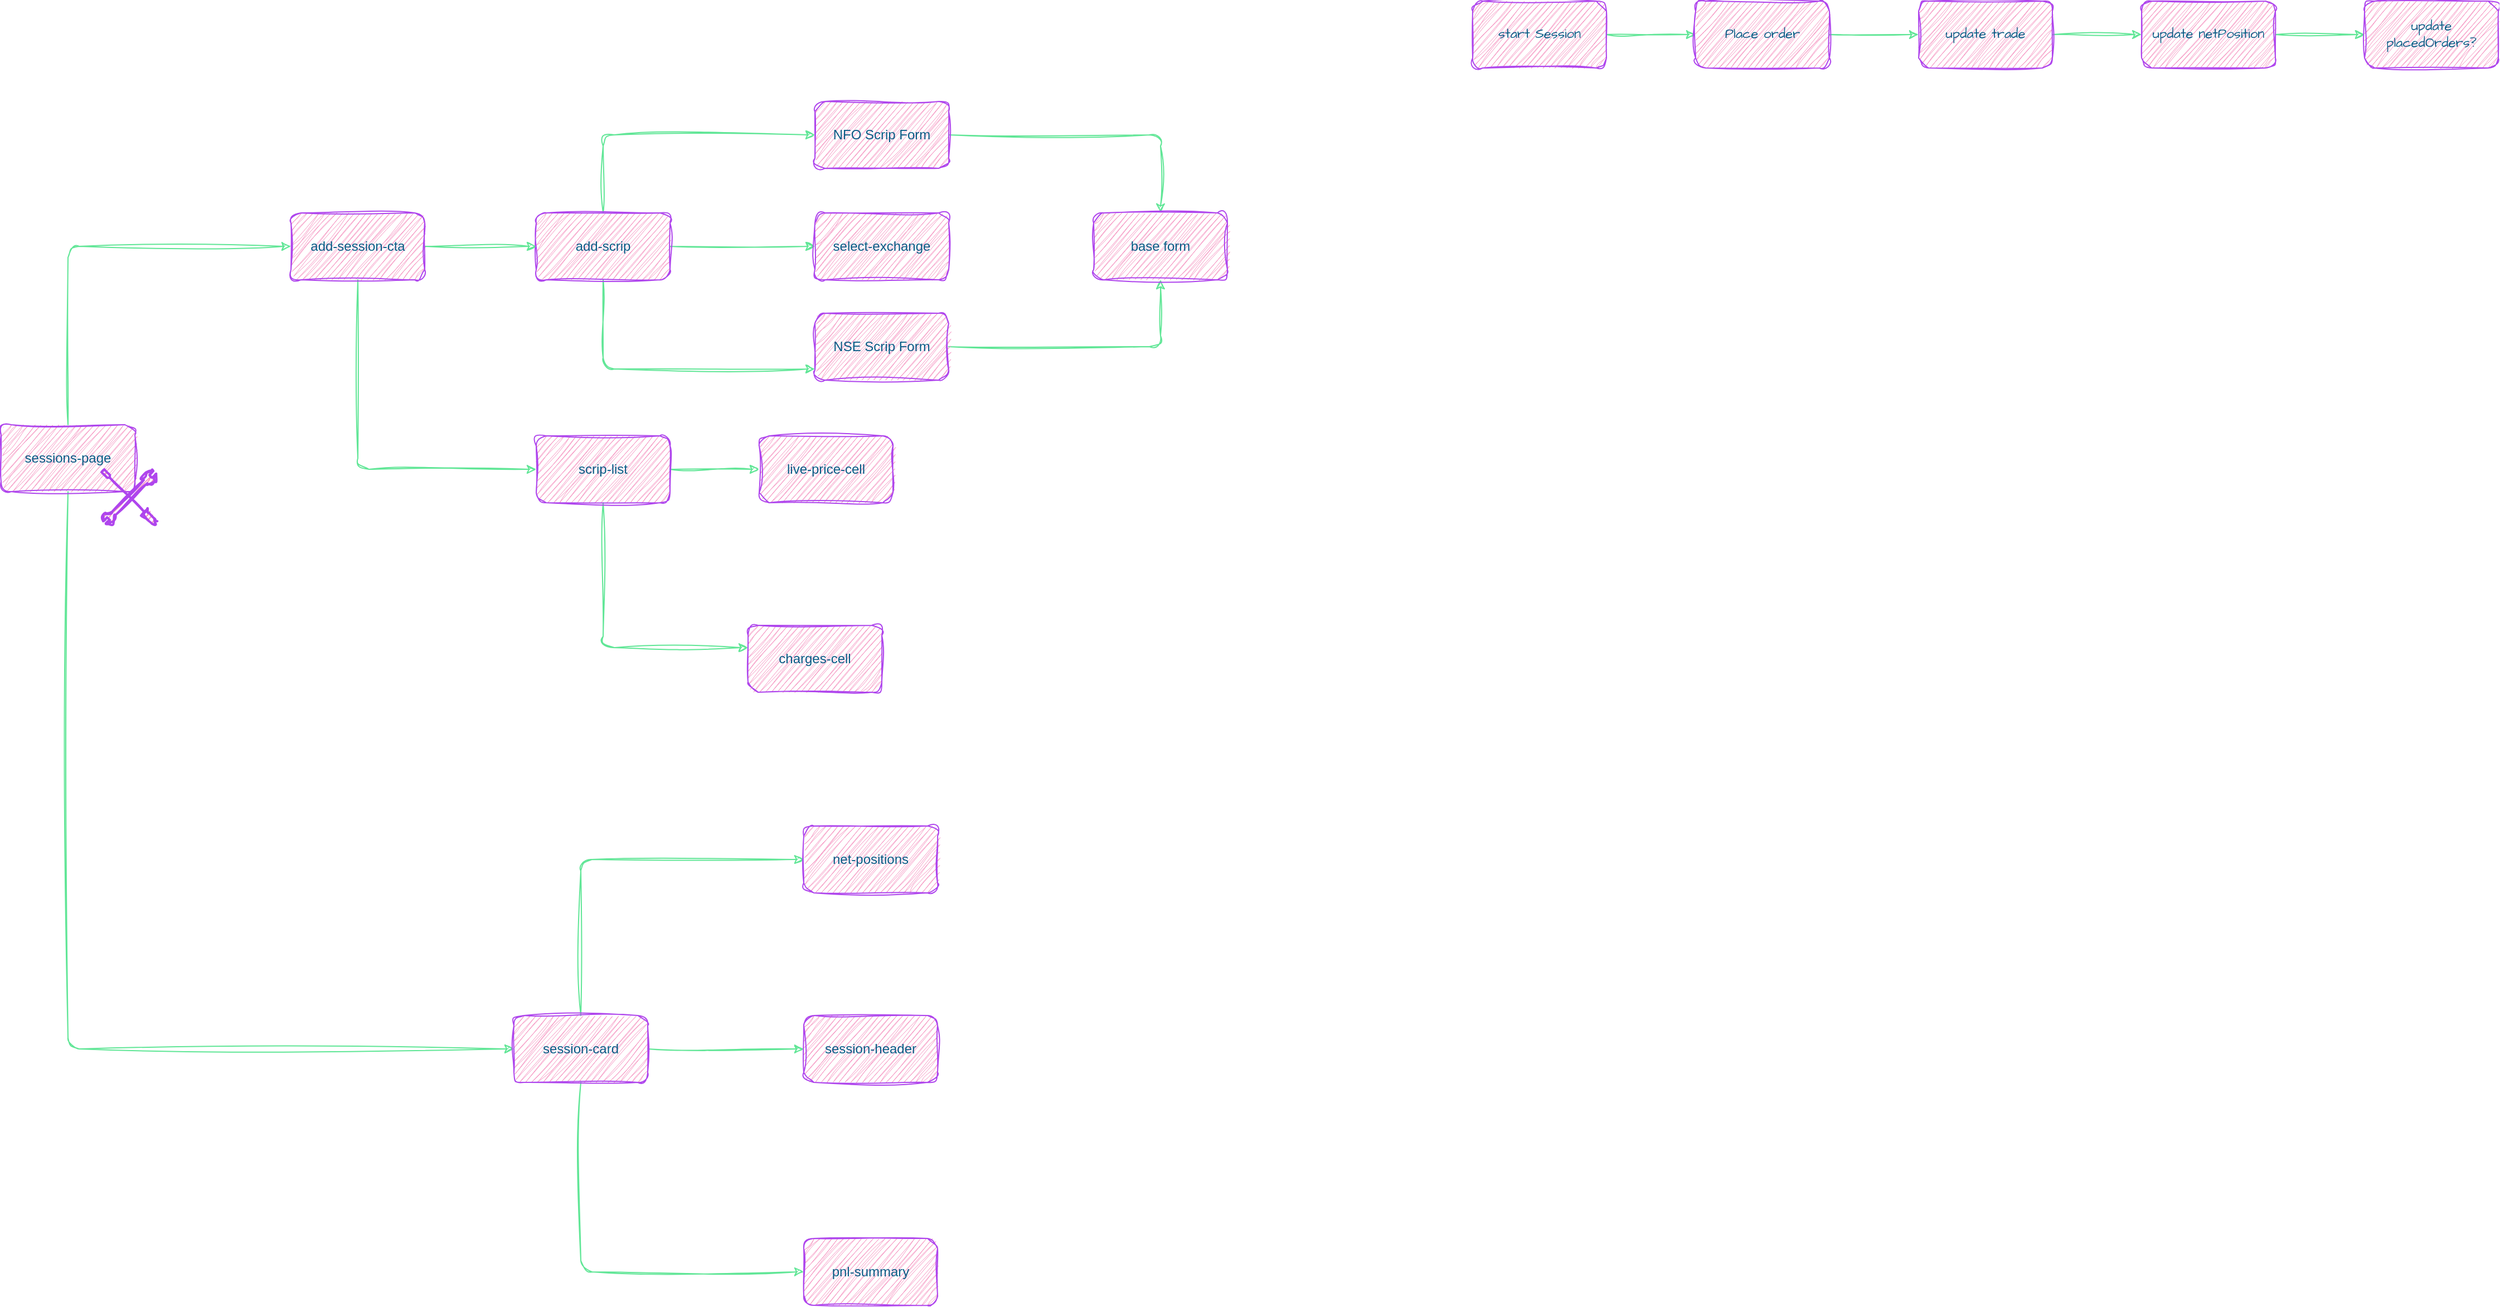
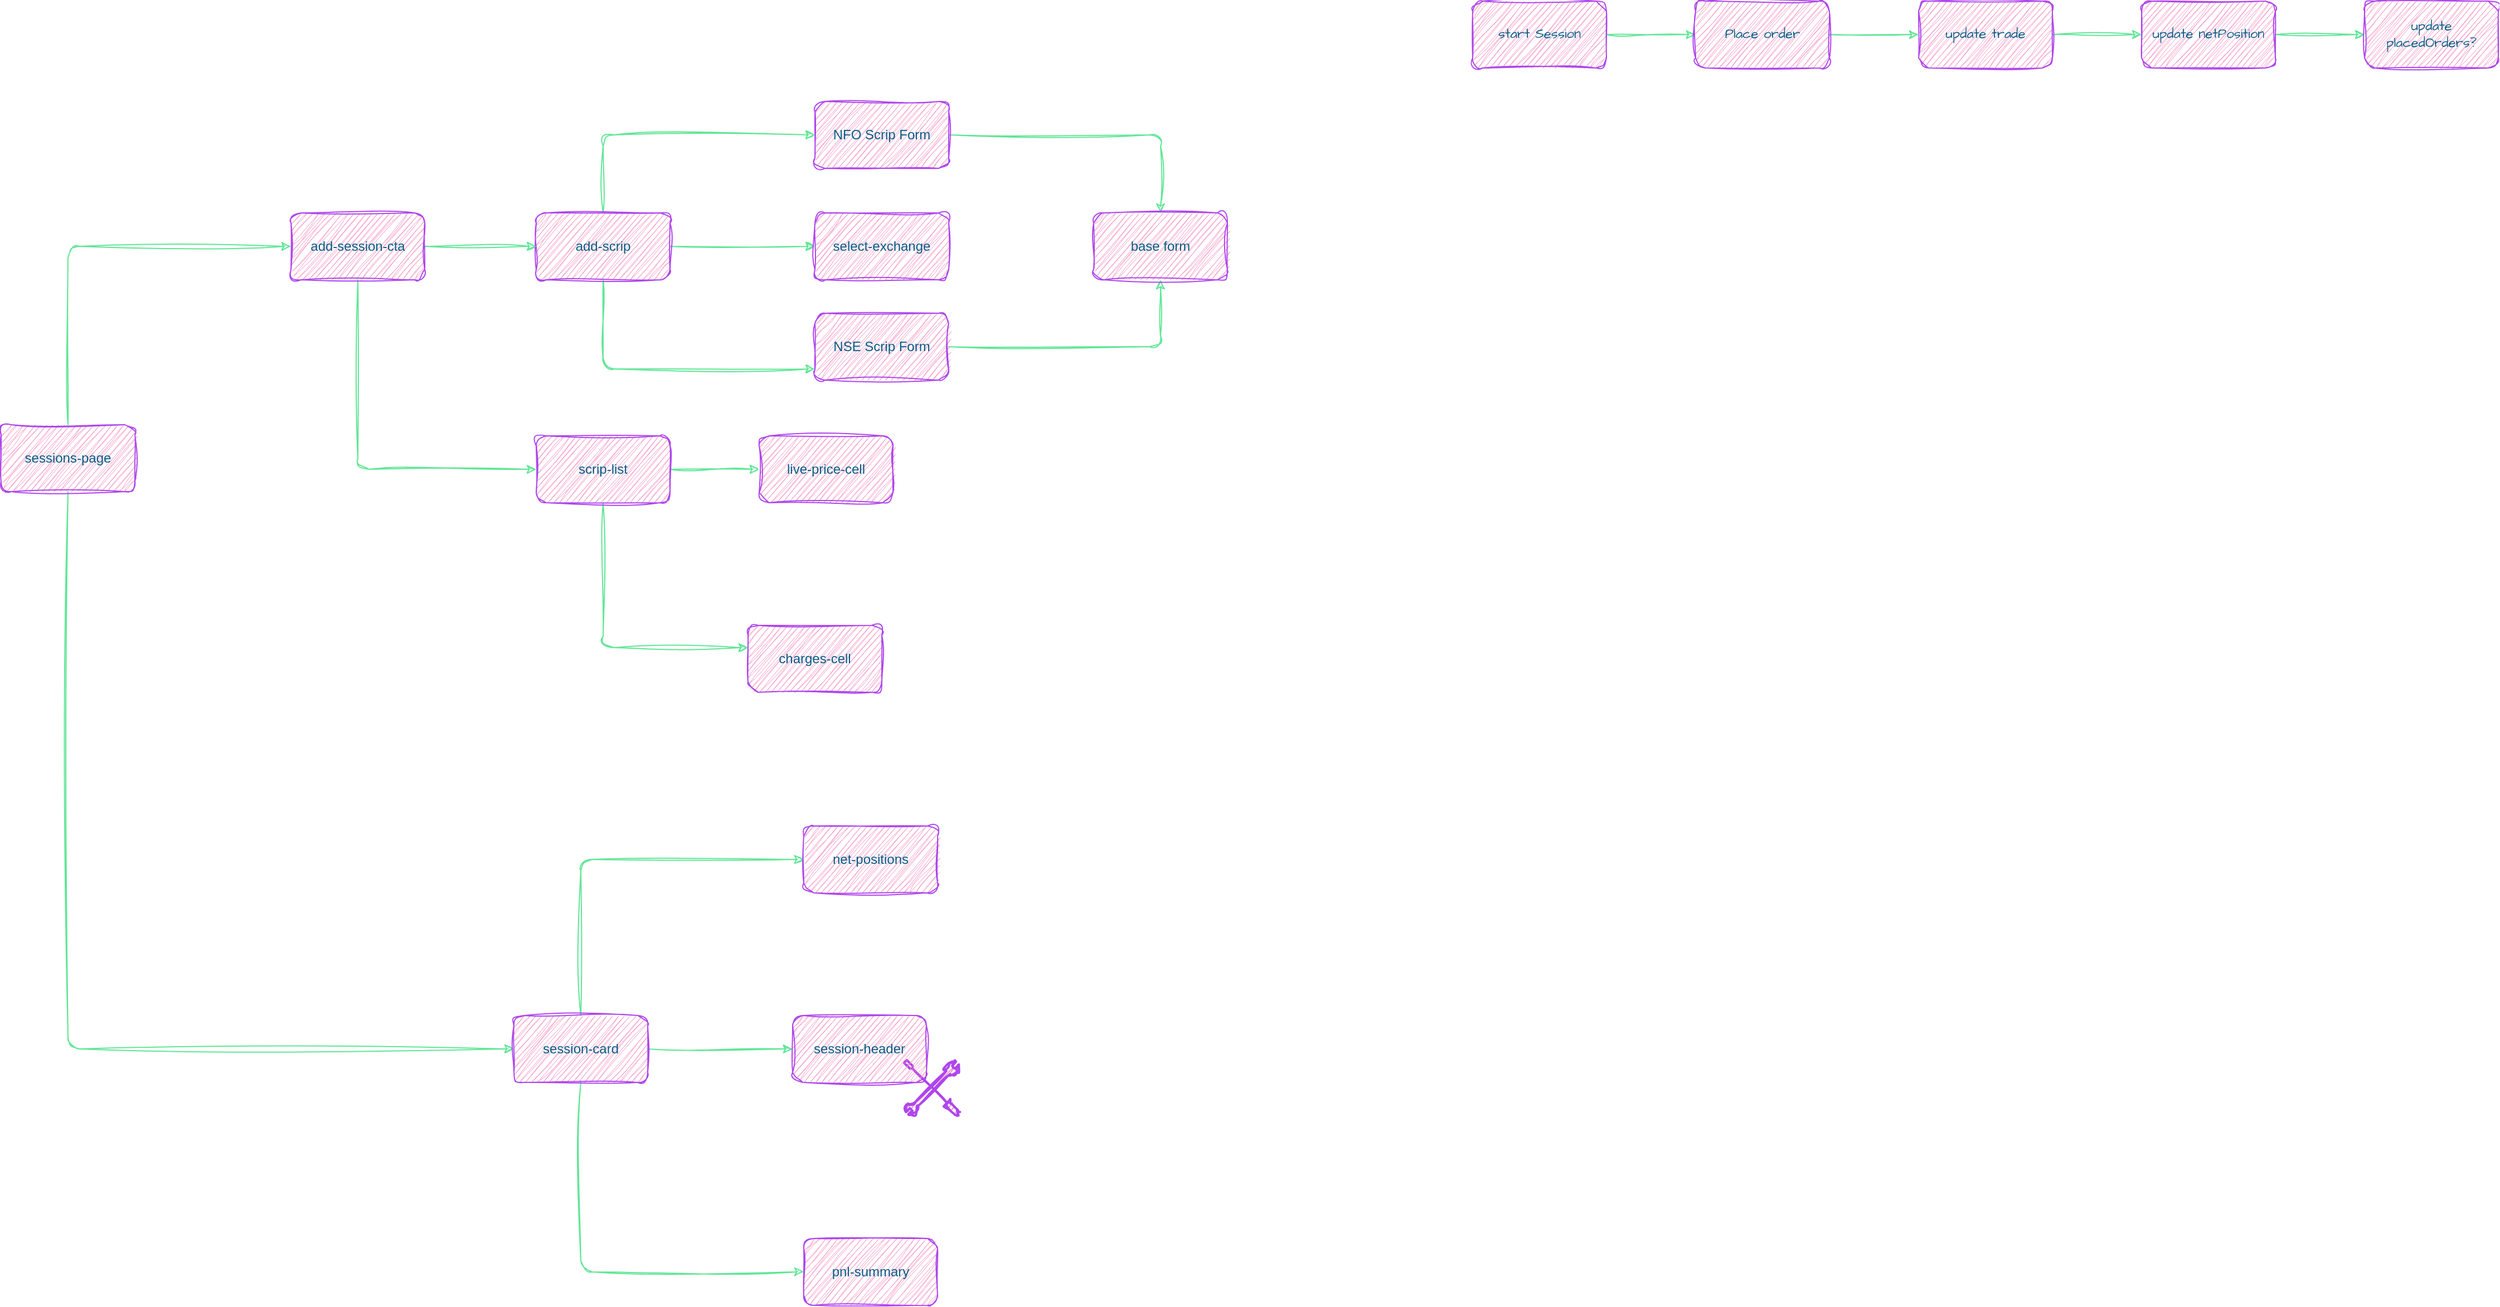
<mxfile host="app.diagrams.net" pages="5">
  <diagram id="wPQbEJP3DVO_ncDqMHqx" name="Sessions Page">
-     <mxGraphModel dx="1985" dy="1026" grid="1" gridSize="10" guides="1" tooltips="1" connect="1" arrows="1" fold="1" page="0" pageScale="1" pageWidth="402" pageHeight="874" math="0" shadow="0">
+     <mxGraphModel dx="1887" dy="969" grid="1" gridSize="10" guides="1" tooltips="1" connect="1" arrows="1" fold="1" page="0" pageScale="1" pageWidth="402" pageHeight="874" math="0" shadow="0">
      <root>
        <mxCell id="0" />
        <mxCell id="1" parent="0" />
        <mxCell id="DB1AKVm6qyutKQlFYAWD-6" edge="1" parent="1" source="DB1AKVm6qyutKQlFYAWD-1" style="edgeStyle=orthogonalEdgeStyle;rounded=1;orthogonalLoop=1;jettySize=auto;html=1;sketch=1;curveFitting=1;jiggle=2;labelBackgroundColor=none;strokeColor=#60E696;fontColor=default;" target="DB1AKVm6qyutKQlFYAWD-5" value="">
          <mxGeometry relative="1" as="geometry" />
        </mxCell>
        <mxCell id="DB1AKVm6qyutKQlFYAWD-8" edge="1" parent="1" source="DB1AKVm6qyutKQlFYAWD-1" style="edgeStyle=orthogonalEdgeStyle;rounded=1;orthogonalLoop=1;jettySize=auto;html=1;sketch=1;curveFitting=1;jiggle=2;labelBackgroundColor=none;strokeColor=#60E696;fontColor=default;" target="DB1AKVm6qyutKQlFYAWD-7" value="">
          <mxGeometry relative="1" as="geometry">
            <Array as="points">
              <mxPoint x="120" y="270" />
            </Array>
          </mxGeometry>
        </mxCell>
        <mxCell id="DB1AKVm6qyutKQlFYAWD-10" edge="1" parent="1" source="DB1AKVm6qyutKQlFYAWD-1" style="edgeStyle=orthogonalEdgeStyle;rounded=1;orthogonalLoop=1;jettySize=auto;html=1;sketch=1;curveFitting=1;jiggle=2;labelBackgroundColor=none;strokeColor=#60E696;fontColor=default;" target="DB1AKVm6qyutKQlFYAWD-9" value="">
          <mxGeometry relative="1" as="geometry">
            <Array as="points">
              <mxPoint x="120" y="60" />
            </Array>
          </mxGeometry>
        </mxCell>
        <mxCell id="DB1AKVm6qyutKQlFYAWD-1" parent="1" style="rounded=1;whiteSpace=wrap;html=1;sketch=1;curveFitting=1;jiggle=2;labelBackgroundColor=none;fillColor=#F694C1;strokeColor=#AF45ED;fontColor=#095C86;" value="add-scrip" vertex="1">
          <mxGeometry height="60" width="120" x="60" y="130" as="geometry" />
        </mxCell>
        <mxCell id="DB1AKVm6qyutKQlFYAWD-4" edge="1" parent="1" source="DB1AKVm6qyutKQlFYAWD-3" style="edgeStyle=orthogonalEdgeStyle;rounded=1;orthogonalLoop=1;jettySize=auto;html=1;sketch=1;curveFitting=1;jiggle=2;labelBackgroundColor=none;strokeColor=#60E696;fontColor=default;" target="DB1AKVm6qyutKQlFYAWD-1" value="">
          <mxGeometry relative="1" as="geometry" />
        </mxCell>
        <mxCell id="DB1AKVm6qyutKQlFYAWD-12" edge="1" parent="1" source="DB1AKVm6qyutKQlFYAWD-3" style="edgeStyle=orthogonalEdgeStyle;rounded=1;orthogonalLoop=1;jettySize=auto;html=1;sketch=1;curveFitting=1;jiggle=2;labelBackgroundColor=none;strokeColor=#60E696;fontColor=default;" target="DB1AKVm6qyutKQlFYAWD-11" value="">
          <mxGeometry relative="1" as="geometry">
            <Array as="points">
              <mxPoint x="-100" y="360" />
            </Array>
          </mxGeometry>
        </mxCell>
        <mxCell id="DB1AKVm6qyutKQlFYAWD-3" parent="1" style="rounded=1;whiteSpace=wrap;html=1;sketch=1;curveFitting=1;jiggle=2;labelBackgroundColor=none;fillColor=#F694C1;strokeColor=#AF45ED;fontColor=#095C86;" value="add-session-cta" vertex="1">
          <mxGeometry height="60" width="120" x="-160" y="130" as="geometry" />
        </mxCell>
        <mxCell id="DB1AKVm6qyutKQlFYAWD-5" parent="1" style="whiteSpace=wrap;html=1;rounded=1;sketch=1;curveFitting=1;jiggle=2;labelBackgroundColor=none;fillColor=#F694C1;strokeColor=#AF45ED;fontColor=#095C86;" value="select-exchange" vertex="1">
          <mxGeometry height="60" width="120" x="310" y="130" as="geometry" />
        </mxCell>
        <mxCell id="ouMAoqMrmdJ_XqpmxOQB-3" edge="1" parent="1" source="DB1AKVm6qyutKQlFYAWD-7" style="edgeStyle=orthogonalEdgeStyle;rounded=1;sketch=1;hachureGap=4;jiggle=2;curveFitting=1;orthogonalLoop=1;jettySize=auto;html=1;fontFamily=Architects Daughter;fontSource=https%3A%2F%2Ffonts.googleapis.com%2Fcss%3Ffamily%3DArchitects%2BDaughter;labelBackgroundColor=none;strokeColor=#60E696;fontColor=default;" target="ouMAoqMrmdJ_XqpmxOQB-1">
          <mxGeometry relative="1" as="geometry" />
        </mxCell>
        <mxCell id="DB1AKVm6qyutKQlFYAWD-7" parent="1" style="whiteSpace=wrap;html=1;rounded=1;sketch=1;curveFitting=1;jiggle=2;labelBackgroundColor=none;fillColor=#F694C1;strokeColor=#AF45ED;fontColor=#095C86;" value="NSE Scrip Form" vertex="1">
          <mxGeometry height="60" width="120" x="310" y="220" as="geometry" />
        </mxCell>
        <mxCell id="ouMAoqMrmdJ_XqpmxOQB-2" edge="1" parent="1" source="DB1AKVm6qyutKQlFYAWD-9" style="edgeStyle=orthogonalEdgeStyle;rounded=1;sketch=1;hachureGap=4;jiggle=2;curveFitting=1;orthogonalLoop=1;jettySize=auto;html=1;fontFamily=Architects Daughter;fontSource=https%3A%2F%2Ffonts.googleapis.com%2Fcss%3Ffamily%3DArchitects%2BDaughter;labelBackgroundColor=none;strokeColor=#60E696;fontColor=default;" target="ouMAoqMrmdJ_XqpmxOQB-1" value="">
          <mxGeometry relative="1" as="geometry" />
        </mxCell>
        <mxCell id="DB1AKVm6qyutKQlFYAWD-9" parent="1" style="whiteSpace=wrap;html=1;rounded=1;sketch=1;curveFitting=1;jiggle=2;labelBackgroundColor=none;fillColor=#F694C1;strokeColor=#AF45ED;fontColor=#095C86;" value="NFO Scrip Form" vertex="1">
          <mxGeometry height="60" width="120" x="310" y="30" as="geometry" />
        </mxCell>
        <mxCell id="ouMAoqMrmdJ_XqpmxOQB-15" edge="1" parent="1" source="DB1AKVm6qyutKQlFYAWD-11" style="edgeStyle=orthogonalEdgeStyle;rounded=1;sketch=1;hachureGap=4;jiggle=2;curveFitting=1;orthogonalLoop=1;jettySize=auto;html=1;fontFamily=Architects Daughter;fontSource=https%3A%2F%2Ffonts.googleapis.com%2Fcss%3Ffamily%3DArchitects%2BDaughter;labelBackgroundColor=none;strokeColor=#60E696;fontColor=default;" target="ouMAoqMrmdJ_XqpmxOQB-14" value="">
          <mxGeometry relative="1" as="geometry" />
        </mxCell>
        <mxCell id="ouMAoqMrmdJ_XqpmxOQB-17" edge="1" parent="1" source="DB1AKVm6qyutKQlFYAWD-11" style="edgeStyle=orthogonalEdgeStyle;rounded=1;sketch=1;hachureGap=4;jiggle=2;curveFitting=1;orthogonalLoop=1;jettySize=auto;html=1;fontFamily=Architects Daughter;fontSource=https%3A%2F%2Ffonts.googleapis.com%2Fcss%3Ffamily%3DArchitects%2BDaughter;labelBackgroundColor=none;strokeColor=#60E696;fontColor=default;" target="ouMAoqMrmdJ_XqpmxOQB-16" value="">
          <mxGeometry relative="1" as="geometry">
            <Array as="points">
              <mxPoint x="120" y="520" />
            </Array>
          </mxGeometry>
        </mxCell>
        <mxCell id="DB1AKVm6qyutKQlFYAWD-11" parent="1" style="whiteSpace=wrap;html=1;rounded=1;sketch=1;curveFitting=1;jiggle=2;labelBackgroundColor=none;fillColor=#F694C1;strokeColor=#AF45ED;fontColor=#095C86;" value="scrip-list" vertex="1">
          <mxGeometry height="60" width="120" x="60" y="330" as="geometry" />
        </mxCell>
        <mxCell id="DB1AKVm6qyutKQlFYAWD-15" edge="1" parent="1" source="DB1AKVm6qyutKQlFYAWD-14" style="edgeStyle=orthogonalEdgeStyle;rounded=1;sketch=1;hachureGap=4;jiggle=2;curveFitting=1;orthogonalLoop=1;jettySize=auto;html=1;entryX=0;entryY=0.5;entryDx=0;entryDy=0;strokeColor=#60E696;fontFamily=Architects Daughter;fontSource=https%3A%2F%2Ffonts.googleapis.com%2Fcss%3Ffamily%3DArchitects%2BDaughter;fontColor=default;fillColor=#F694C1;labelBackgroundColor=none;" target="DB1AKVm6qyutKQlFYAWD-3">
          <mxGeometry relative="1" as="geometry">
            <Array as="points">
              <mxPoint x="-360" y="160" />
            </Array>
          </mxGeometry>
        </mxCell>
        <mxCell id="ouMAoqMrmdJ_XqpmxOQB-28" edge="1" parent="1" source="DB1AKVm6qyutKQlFYAWD-14" style="edgeStyle=orthogonalEdgeStyle;rounded=1;sketch=1;hachureGap=4;jiggle=2;curveFitting=1;orthogonalLoop=1;jettySize=auto;html=1;entryX=0;entryY=0.5;entryDx=0;entryDy=0;fontFamily=Architects Daughter;fontSource=https%3A%2F%2Ffonts.googleapis.com%2Fcss%3Ffamily%3DArchitects%2BDaughter;labelBackgroundColor=none;strokeColor=#60E696;fontColor=default;" target="ouMAoqMrmdJ_XqpmxOQB-19">
          <mxGeometry relative="1" as="geometry">
            <Array as="points">
              <mxPoint x="-360" y="880" />
            </Array>
          </mxGeometry>
        </mxCell>
        <mxCell id="DB1AKVm6qyutKQlFYAWD-14" parent="1" style="rounded=1;whiteSpace=wrap;html=1;sketch=1;curveFitting=1;jiggle=2;labelBackgroundColor=none;fillColor=#F694C1;strokeColor=#AF45ED;fontColor=#095C86;" value="sessions-page" vertex="1">
          <mxGeometry height="60" width="120" x="-420" y="320" as="geometry" />
        </mxCell>
        <mxCell id="ouMAoqMrmdJ_XqpmxOQB-1" parent="1" style="whiteSpace=wrap;html=1;fillColor=#F694C1;strokeColor=#AF45ED;fontColor=#095C86;rounded=1;sketch=1;curveFitting=1;jiggle=2;labelBackgroundColor=none;" value="base form" vertex="1">
          <mxGeometry height="60" width="120" x="560" y="130" as="geometry" />
        </mxCell>
        <mxCell id="ouMAoqMrmdJ_XqpmxOQB-6" edge="1" parent="1" source="ouMAoqMrmdJ_XqpmxOQB-4" style="edgeStyle=orthogonalEdgeStyle;rounded=1;sketch=1;hachureGap=4;jiggle=2;curveFitting=1;orthogonalLoop=1;jettySize=auto;html=1;fontFamily=Architects Daughter;fontSource=https%3A%2F%2Ffonts.googleapis.com%2Fcss%3Ffamily%3DArchitects%2BDaughter;labelBackgroundColor=none;strokeColor=#60E696;fontColor=default;" target="ouMAoqMrmdJ_XqpmxOQB-5" value="">
          <mxGeometry relative="1" as="geometry" />
        </mxCell>
        <mxCell id="ouMAoqMrmdJ_XqpmxOQB-4" parent="1" style="whiteSpace=wrap;html=1;sketch=1;hachureGap=4;jiggle=2;curveFitting=1;fontFamily=Architects Daughter;fontSource=https%3A%2F%2Ffonts.googleapis.com%2Fcss%3Ffamily%3DArchitects%2BDaughter;labelBackgroundColor=none;fillColor=#F694C1;strokeColor=#AF45ED;fontColor=#095C86;rounded=1;" value="start Session" vertex="1">
          <mxGeometry height="60" width="120" x="900" y="-60" as="geometry" />
        </mxCell>
        <mxCell id="ouMAoqMrmdJ_XqpmxOQB-8" edge="1" parent="1" source="ouMAoqMrmdJ_XqpmxOQB-5" style="edgeStyle=orthogonalEdgeStyle;rounded=1;sketch=1;hachureGap=4;jiggle=2;curveFitting=1;orthogonalLoop=1;jettySize=auto;html=1;fontFamily=Architects Daughter;fontSource=https%3A%2F%2Ffonts.googleapis.com%2Fcss%3Ffamily%3DArchitects%2BDaughter;labelBackgroundColor=none;strokeColor=#60E696;fontColor=default;" target="ouMAoqMrmdJ_XqpmxOQB-7" value="">
          <mxGeometry relative="1" as="geometry" />
        </mxCell>
        <mxCell id="ouMAoqMrmdJ_XqpmxOQB-5" parent="1" style="whiteSpace=wrap;html=1;fontFamily=Architects Daughter;sketch=1;hachureGap=4;jiggle=2;curveFitting=1;fontSource=https%3A%2F%2Ffonts.googleapis.com%2Fcss%3Ffamily%3DArchitects%2BDaughter;labelBackgroundColor=none;fillColor=#F694C1;strokeColor=#AF45ED;fontColor=#095C86;rounded=1;" value="Place order" vertex="1">
          <mxGeometry height="60" width="120" x="1100" y="-60" as="geometry" />
        </mxCell>
        <mxCell id="ouMAoqMrmdJ_XqpmxOQB-10" edge="1" parent="1" source="ouMAoqMrmdJ_XqpmxOQB-7" style="edgeStyle=orthogonalEdgeStyle;rounded=1;sketch=1;hachureGap=4;jiggle=2;curveFitting=1;orthogonalLoop=1;jettySize=auto;html=1;fontFamily=Architects Daughter;fontSource=https%3A%2F%2Ffonts.googleapis.com%2Fcss%3Ffamily%3DArchitects%2BDaughter;labelBackgroundColor=none;strokeColor=#60E696;fontColor=default;" target="ouMAoqMrmdJ_XqpmxOQB-9" value="">
          <mxGeometry relative="1" as="geometry" />
        </mxCell>
        <mxCell id="ouMAoqMrmdJ_XqpmxOQB-7" parent="1" style="whiteSpace=wrap;html=1;fontFamily=Architects Daughter;sketch=1;hachureGap=4;jiggle=2;curveFitting=1;fontSource=https%3A%2F%2Ffonts.googleapis.com%2Fcss%3Ffamily%3DArchitects%2BDaughter;labelBackgroundColor=none;fillColor=#F694C1;strokeColor=#AF45ED;fontColor=#095C86;rounded=1;" value="update trade" vertex="1">
          <mxGeometry height="60" width="120" x="1300" y="-60" as="geometry" />
        </mxCell>
        <mxCell id="ouMAoqMrmdJ_XqpmxOQB-12" edge="1" parent="1" source="ouMAoqMrmdJ_XqpmxOQB-9" style="edgeStyle=orthogonalEdgeStyle;rounded=1;sketch=1;hachureGap=4;jiggle=2;curveFitting=1;orthogonalLoop=1;jettySize=auto;html=1;fontFamily=Architects Daughter;fontSource=https%3A%2F%2Ffonts.googleapis.com%2Fcss%3Ffamily%3DArchitects%2BDaughter;labelBackgroundColor=none;strokeColor=#60E696;fontColor=default;" target="ouMAoqMrmdJ_XqpmxOQB-11" value="">
          <mxGeometry relative="1" as="geometry" />
        </mxCell>
        <mxCell id="ouMAoqMrmdJ_XqpmxOQB-9" parent="1" style="whiteSpace=wrap;html=1;fontFamily=Architects Daughter;sketch=1;hachureGap=4;jiggle=2;curveFitting=1;fontSource=https%3A%2F%2Ffonts.googleapis.com%2Fcss%3Ffamily%3DArchitects%2BDaughter;labelBackgroundColor=none;fillColor=#F694C1;strokeColor=#AF45ED;fontColor=#095C86;rounded=1;" value="update netPosition" vertex="1">
          <mxGeometry height="60" width="120" x="1500" y="-60" as="geometry" />
        </mxCell>
        <mxCell id="ouMAoqMrmdJ_XqpmxOQB-11" parent="1" style="whiteSpace=wrap;html=1;fontFamily=Architects Daughter;sketch=1;hachureGap=4;jiggle=2;curveFitting=1;fontSource=https%3A%2F%2Ffonts.googleapis.com%2Fcss%3Ffamily%3DArchitects%2BDaughter;labelBackgroundColor=none;fillColor=#F694C1;strokeColor=#AF45ED;fontColor=#095C86;rounded=1;" value="update placedOrders?" vertex="1">
          <mxGeometry height="60" width="120" x="1700" y="-60" as="geometry" />
        </mxCell>
        <mxCell id="ouMAoqMrmdJ_XqpmxOQB-13" parent="1" style="html=1;verticalLabelPosition=bottom;align=center;labelBackgroundColor=none;verticalAlign=top;strokeWidth=2;strokeColor=#AF45ED;shadow=0;dashed=0;shape=mxgraph.ios7.icons.tools;pointerEvents=1;sketch=1;hachureGap=4;jiggle=2;curveFitting=1;fontFamily=Architects Daughter;fontSource=https%3A%2F%2Ffonts.googleapis.com%2Fcss%3Ffamily%3DArchitects%2BDaughter;fillColor=#F694C1;fontColor=#095C86;rounded=1;" value="" vertex="1">
-           <mxGeometry height="50" width="50" x="-330" y="360" as="geometry" />
+           <mxGeometry height="50" width="50" x="390" y="890" as="geometry" />
        </mxCell>
        <mxCell id="ouMAoqMrmdJ_XqpmxOQB-14" parent="1" style="whiteSpace=wrap;html=1;fillColor=#F694C1;strokeColor=#AF45ED;fontColor=#095C86;rounded=1;sketch=1;curveFitting=1;jiggle=2;labelBackgroundColor=none;" value="live-price-cell" vertex="1">
          <mxGeometry height="60" width="120" x="260" y="330" as="geometry" />
        </mxCell>
        <mxCell id="ouMAoqMrmdJ_XqpmxOQB-16" parent="1" style="whiteSpace=wrap;html=1;fillColor=#F694C1;strokeColor=#AF45ED;fontColor=#095C86;rounded=1;sketch=1;curveFitting=1;jiggle=2;labelBackgroundColor=none;" value="charges-cell" vertex="1">
          <mxGeometry height="60" width="120" x="250" y="500" as="geometry" />
        </mxCell>
        <mxCell id="ouMAoqMrmdJ_XqpmxOQB-22" edge="1" parent="1" source="ouMAoqMrmdJ_XqpmxOQB-19" style="edgeStyle=orthogonalEdgeStyle;rounded=1;sketch=1;hachureGap=4;jiggle=2;curveFitting=1;orthogonalLoop=1;jettySize=auto;html=1;fontFamily=Architects Daughter;fontSource=https%3A%2F%2Ffonts.googleapis.com%2Fcss%3Ffamily%3DArchitects%2BDaughter;labelBackgroundColor=none;strokeColor=#60E696;fontColor=default;" target="ouMAoqMrmdJ_XqpmxOQB-21" value="">
          <mxGeometry relative="1" as="geometry" />
        </mxCell>
        <mxCell id="ouMAoqMrmdJ_XqpmxOQB-25" edge="1" parent="1" source="ouMAoqMrmdJ_XqpmxOQB-19" style="edgeStyle=orthogonalEdgeStyle;rounded=1;sketch=1;hachureGap=4;jiggle=2;curveFitting=1;orthogonalLoop=1;jettySize=auto;html=1;entryX=0;entryY=0.5;entryDx=0;entryDy=0;fontFamily=Architects Daughter;fontSource=https%3A%2F%2Ffonts.googleapis.com%2Fcss%3Ffamily%3DArchitects%2BDaughter;labelBackgroundColor=none;strokeColor=#60E696;fontColor=default;" target="ouMAoqMrmdJ_XqpmxOQB-23">
          <mxGeometry relative="1" as="geometry">
            <Array as="points">
              <mxPoint x="100" y="710" />
            </Array>
          </mxGeometry>
        </mxCell>
        <mxCell id="ouMAoqMrmdJ_XqpmxOQB-27" edge="1" parent="1" source="ouMAoqMrmdJ_XqpmxOQB-19" style="edgeStyle=orthogonalEdgeStyle;rounded=1;sketch=1;hachureGap=4;jiggle=2;curveFitting=1;orthogonalLoop=1;jettySize=auto;html=1;fontFamily=Architects Daughter;fontSource=https%3A%2F%2Ffonts.googleapis.com%2Fcss%3Ffamily%3DArchitects%2BDaughter;labelBackgroundColor=none;strokeColor=#60E696;fontColor=default;" target="ouMAoqMrmdJ_XqpmxOQB-26" value="">
          <mxGeometry relative="1" as="geometry">
            <Array as="points">
              <mxPoint x="100" y="1080" />
            </Array>
          </mxGeometry>
        </mxCell>
        <mxCell id="ouMAoqMrmdJ_XqpmxOQB-19" parent="1" style="whiteSpace=wrap;html=1;fillColor=#F694C1;strokeColor=#AF45ED;fontColor=#095C86;rounded=1;sketch=1;curveFitting=1;jiggle=2;labelBackgroundColor=none;" value="session-card" vertex="1">
          <mxGeometry height="60" width="120" x="40" y="850" as="geometry" />
        </mxCell>
        <mxCell id="ouMAoqMrmdJ_XqpmxOQB-21" parent="1" style="whiteSpace=wrap;html=1;fillColor=#F694C1;strokeColor=#AF45ED;fontColor=#095C86;rounded=1;sketch=1;curveFitting=1;jiggle=2;labelBackgroundColor=none;" value="session-header" vertex="1">
-           <mxGeometry height="60" width="120" x="300" y="850" as="geometry" />
+           <mxGeometry height="60" width="120" x="290" y="850" as="geometry" />
        </mxCell>
        <mxCell id="ouMAoqMrmdJ_XqpmxOQB-23" parent="1" style="whiteSpace=wrap;html=1;fillColor=#F694C1;strokeColor=#AF45ED;fontColor=#095C86;rounded=1;sketch=1;curveFitting=1;jiggle=2;labelBackgroundColor=none;" value="net-positions" vertex="1">
          <mxGeometry height="60" width="120" x="300" y="680" as="geometry" />
        </mxCell>
        <mxCell id="ouMAoqMrmdJ_XqpmxOQB-26" parent="1" style="whiteSpace=wrap;html=1;fillColor=#F694C1;strokeColor=#AF45ED;fontColor=#095C86;rounded=1;sketch=1;curveFitting=1;jiggle=2;labelBackgroundColor=none;" value="pnl-summary" vertex="1">
          <mxGeometry height="60" width="120" x="300" y="1050" as="geometry" />
        </mxCell>
      </root>
    </mxGraphModel>
  </diagram>
  <diagram id="YVkBlKKJ4RNEtawBKbZk" name="Session">
    <mxGraphModel dx="1357" dy="626" grid="1" gridSize="10" guides="1" tooltips="1" connect="1" arrows="1" fold="1" page="0" pageScale="1" pageWidth="402" pageHeight="874" math="0" shadow="0">
      <root>
        <mxCell id="0" />
        <mxCell id="1" parent="0" />
        <mxCell id="b8iQl_XISdQ6rZ6kNcMQ-3" edge="1" parent="1" source="b8iQl_XISdQ6rZ6kNcMQ-1" style="edgeStyle=orthogonalEdgeStyle;rounded=0;orthogonalLoop=1;jettySize=auto;html=1;" target="b8iQl_XISdQ6rZ6kNcMQ-2" value="">
          <mxGeometry relative="1" as="geometry" />
        </mxCell>
        <mxCell id="b8iQl_XISdQ6rZ6kNcMQ-1" parent="1" style="rounded=1;whiteSpace=wrap;html=1;" value="start session" vertex="1">
          <mxGeometry height="60" width="120" x="-200" y="80" as="geometry" />
        </mxCell>
        <mxCell id="b8iQl_XISdQ6rZ6kNcMQ-5" edge="1" parent="1" source="b8iQl_XISdQ6rZ6kNcMQ-2" style="edgeStyle=orthogonalEdgeStyle;rounded=0;orthogonalLoop=1;jettySize=auto;html=1;" target="b8iQl_XISdQ6rZ6kNcMQ-4" value="">
          <mxGeometry relative="1" as="geometry" />
        </mxCell>
        <mxCell id="b8iQl_XISdQ6rZ6kNcMQ-2" parent="1" style="whiteSpace=wrap;html=1;rounded=1;" value="place orders&amp;nbsp;&lt;br&gt;(all or none)" vertex="1">
          <mxGeometry height="60" width="120" y="80" as="geometry" />
        </mxCell>
        <mxCell id="b8iQl_XISdQ6rZ6kNcMQ-7" edge="1" parent="1" source="b8iQl_XISdQ6rZ6kNcMQ-4" style="edgeStyle=orthogonalEdgeStyle;rounded=0;orthogonalLoop=1;jettySize=auto;html=1;" target="b8iQl_XISdQ6rZ6kNcMQ-6" value="">
          <mxGeometry relative="1" as="geometry" />
        </mxCell>
        <mxCell id="b8iQl_XISdQ6rZ6kNcMQ-4" parent="1" style="whiteSpace=wrap;html=1;rounded=1;" value="update margins" vertex="1">
          <mxGeometry height="60" width="120" x="200" y="80" as="geometry" />
        </mxCell>
        <mxCell id="b8iQl_XISdQ6rZ6kNcMQ-6" parent="1" style="whiteSpace=wrap;html=1;rounded=1;" value="create session" vertex="1">
          <mxGeometry height="60" width="120" x="200" y="200" as="geometry" />
        </mxCell>
        <mxCell id="b8iQl_XISdQ6rZ6kNcMQ-8" parent="1" style="rounded=1;whiteSpace=wrap;html=1;fillColor=#fff2cc;strokeColor=#d6b656;" value="firebase" vertex="1">
          <mxGeometry height="40" width="80" x="300" y="190" as="geometry" />
        </mxCell>
        <mxCell id="b8iQl_XISdQ6rZ6kNcMQ-9" parent="1" style="rounded=1;whiteSpace=wrap;html=1;fillColor=#fff2cc;strokeColor=#d6b656;" value="kite" vertex="1">
          <mxGeometry height="40" width="80" x="80" y="50" as="geometry" />
        </mxCell>
        <mxCell id="b8iQl_XISdQ6rZ6kNcMQ-10" parent="1" style="rounded=1;whiteSpace=wrap;html=1;fillColor=#fff2cc;strokeColor=#d6b656;" value="firebase" vertex="1">
          <mxGeometry height="40" width="80" x="290" y="60" as="geometry" />
        </mxCell>
      </root>
    </mxGraphModel>
  </diagram>
  <diagram id="4KjMPYYtLXdBkkJX1B08" name="Auth">
    <mxGraphModel dx="1276" dy="835" grid="0" gridSize="10" guides="1" tooltips="1" connect="1" arrows="1" fold="1" page="0" pageScale="1" pageWidth="402" pageHeight="874" math="0" shadow="0">
      <root>
        <mxCell id="0" />
        <mxCell id="1" parent="0" />
        <mxCell id="pPH6oVQiPgVcm9OUePWL-3" edge="1" parent="1" source="pPH6oVQiPgVcm9OUePWL-1" style="edgeStyle=orthogonalEdgeStyle;rounded=0;orthogonalLoop=1;jettySize=auto;html=1;" target="pPH6oVQiPgVcm9OUePWL-2" value="">
          <mxGeometry relative="1" as="geometry" />
        </mxCell>
        <mxCell id="pPH6oVQiPgVcm9OUePWL-1" parent="1" style="rounded=1;whiteSpace=wrap;html=1;" value="User clicks &quot;Login&quot; Button" vertex="1">
          <mxGeometry height="60" width="120" x="23" y="101" as="geometry" />
        </mxCell>
        <mxCell id="pPH6oVQiPgVcm9OUePWL-5" edge="1" parent="1" source="pPH6oVQiPgVcm9OUePWL-2" style="edgeStyle=orthogonalEdgeStyle;rounded=0;orthogonalLoop=1;jettySize=auto;html=1;" target="pPH6oVQiPgVcm9OUePWL-4" value="">
          <mxGeometry relative="1" as="geometry" />
        </mxCell>
        <mxCell id="pPH6oVQiPgVcm9OUePWL-2" parent="1" style="whiteSpace=wrap;html=1;rounded=1;" value="Open the Login URL" vertex="1">
          <mxGeometry height="60" width="120" x="223" y="101" as="geometry" />
        </mxCell>
        <mxCell id="pPH6oVQiPgVcm9OUePWL-7" edge="1" parent="1" source="pPH6oVQiPgVcm9OUePWL-4" style="edgeStyle=orthogonalEdgeStyle;rounded=0;orthogonalLoop=1;jettySize=auto;html=1;" target="pPH6oVQiPgVcm9OUePWL-6" value="">
          <mxGeometry relative="1" as="geometry" />
        </mxCell>
        <mxCell id="pPH6oVQiPgVcm9OUePWL-4" parent="1" style="whiteSpace=wrap;html=1;rounded=1;" value="User logins to Zerodha" vertex="1">
          <mxGeometry height="60" width="120" x="423" y="101" as="geometry" />
        </mxCell>
        <mxCell id="pPH6oVQiPgVcm9OUePWL-9" edge="1" parent="1" source="pPH6oVQiPgVcm9OUePWL-6" style="edgeStyle=orthogonalEdgeStyle;rounded=0;orthogonalLoop=1;jettySize=auto;html=1;" target="pPH6oVQiPgVcm9OUePWL-8" value="">
          <mxGeometry relative="1" as="geometry" />
        </mxCell>
        <mxCell id="pPH6oVQiPgVcm9OUePWL-6" parent="1" style="whiteSpace=wrap;html=1;rounded=1;" value="Redirected to callback URL with request_token&lt;br&gt;&lt;b&gt;http://localhost:3000/api/auth/kite/callback&lt;/b&gt;" vertex="1">
          <mxGeometry height="60" width="262" x="352" y="244" as="geometry" />
        </mxCell>
        <mxCell id="pPH6oVQiPgVcm9OUePWL-13" edge="1" parent="1" source="pPH6oVQiPgVcm9OUePWL-8" style="edgeStyle=orthogonalEdgeStyle;rounded=0;orthogonalLoop=1;jettySize=auto;html=1;" target="pPH6oVQiPgVcm9OUePWL-12" value="">
          <mxGeometry relative="1" as="geometry" />
        </mxCell>
        <mxCell id="pPH6oVQiPgVcm9OUePWL-8" parent="1" style="whiteSpace=wrap;html=1;rounded=1;" value="In loader for this route, generate the session" vertex="1">
          <mxGeometry height="60" width="120" x="17" y="244" as="geometry" />
        </mxCell>
        <mxCell id="pPH6oVQiPgVcm9OUePWL-15" edge="1" parent="1" source="pPH6oVQiPgVcm9OUePWL-12" style="edgeStyle=orthogonalEdgeStyle;rounded=0;orthogonalLoop=1;jettySize=auto;html=1;" target="pPH6oVQiPgVcm9OUePWL-14" value="">
          <mxGeometry relative="1" as="geometry" />
        </mxCell>
        <mxCell id="pPH6oVQiPgVcm9OUePWL-12" parent="1" style="whiteSpace=wrap;html=1;rounded=1;" value="Serialize and save the access token in cookie" vertex="1">
          <mxGeometry height="60" width="120" x="17" y="384" as="geometry" />
        </mxCell>
        <mxCell id="pPH6oVQiPgVcm9OUePWL-17" edge="1" parent="1" source="pPH6oVQiPgVcm9OUePWL-14" style="edgeStyle=orthogonalEdgeStyle;rounded=0;orthogonalLoop=1;jettySize=auto;html=1;" target="pPH6oVQiPgVcm9OUePWL-16" value="">
          <mxGeometry relative="1" as="geometry" />
        </mxCell>
        <mxCell id="pPH6oVQiPgVcm9OUePWL-14" parent="1" style="whiteSpace=wrap;html=1;rounded=1;" value="redirect to /dashboard" vertex="1">
          <mxGeometry height="60" width="120" x="217" y="384" as="geometry" />
        </mxCell>
        <mxCell id="pPH6oVQiPgVcm9OUePWL-19" edge="1" parent="1" source="pPH6oVQiPgVcm9OUePWL-16" style="edgeStyle=orthogonalEdgeStyle;rounded=0;orthogonalLoop=1;jettySize=auto;html=1;" target="pPH6oVQiPgVcm9OUePWL-18" value="">
          <mxGeometry relative="1" as="geometry" />
        </mxCell>
        <mxCell id="pPH6oVQiPgVcm9OUePWL-16" parent="1" style="whiteSpace=wrap;html=1;rounded=1;" value="in dashboard loader, get the access token from the cookie and send it to client" vertex="1">
          <mxGeometry height="60" width="120" x="417" y="384" as="geometry" />
        </mxCell>
        <mxCell id="pPH6oVQiPgVcm9OUePWL-21" edge="1" parent="1" source="pPH6oVQiPgVcm9OUePWL-18" style="edgeStyle=orthogonalEdgeStyle;rounded=0;orthogonalLoop=1;jettySize=auto;html=1;" target="pPH6oVQiPgVcm9OUePWL-20" value="">
          <mxGeometry relative="1" as="geometry" />
        </mxCell>
        <mxCell id="pPH6oVQiPgVcm9OUePWL-18" parent="1" style="whiteSpace=wrap;html=1;rounded=1;" value="front-end creates the kc client with api_key and access_token.&amp;nbsp;&amp;nbsp;" vertex="1">
          <mxGeometry height="60" width="120" x="617" y="384" as="geometry" />
        </mxCell>
        <mxCell id="pPH6oVQiPgVcm9OUePWL-20" parent="1" style="whiteSpace=wrap;html=1;rounded=1;" value="use kc client for calling Kite APIs" vertex="1">
          <mxGeometry height="60" width="120" x="617" y="524" as="geometry" />
        </mxCell>
      </root>
    </mxGraphModel>
  </diagram>
  <diagram name="UI/UX" id="5MV4RERJIjpIYta4IkZD">
    <mxGraphModel dx="3134" dy="2189" grid="0" gridSize="10" guides="1" tooltips="1" connect="1" arrows="1" fold="1" page="0" pageScale="1" pageWidth="402" pageHeight="874" background="#ffffff" math="0" shadow="0">
      <root>
        <mxCell id="0" />
        <mxCell id="1" parent="0" />
        <mxCell id="ExlUUjPYo0Ii6ma58Pc_-14" parent="1" style="rounded=1;whiteSpace=wrap;html=1;" value="" vertex="1">
          <mxGeometry height="321" width="1097" x="-296" y="-20" as="geometry" />
        </mxCell>
        <mxCell id="ExlUUjPYo0Ii6ma58Pc_-13" parent="1" style="rounded=1;whiteSpace=wrap;html=1;" value="" vertex="1">
          <mxGeometry height="321" width="1097" x="-287" y="732" as="geometry" />
        </mxCell>
        <mxCell id="iMmVTYed4h1aN_pzg3ix-1" parent="1" style="text;html=1;whiteSpace=wrap;strokeColor=none;fillColor=none;align=center;verticalAlign=middle;rounded=0;fontStyle=1;fontSize=48;fontColor=light-dark(#7a7978, #ededed);" value="Net Qty." vertex="1">
          <mxGeometry height="59" width="60" x="-120" y="72" as="geometry" />
        </mxCell>
        <mxCell id="iMmVTYed4h1aN_pzg3ix-2" parent="1" style="text;html=1;whiteSpace=wrap;strokeColor=none;fillColor=none;align=center;verticalAlign=middle;rounded=0;fontStyle=1;fontSize=48;fontColor=light-dark(#7a7978, #ededed);" value="AVG. PRICE" vertex="1">
          <mxGeometry height="59" width="60" x="149" y="61" as="geometry" />
        </mxCell>
        <mxCell id="iMmVTYed4h1aN_pzg3ix-3" parent="1" style="text;html=1;whiteSpace=wrap;strokeColor=none;fillColor=none;align=center;verticalAlign=middle;rounded=0;fontStyle=1;fontSize=48;fontColor=light-dark(#7a7978, #ededed);" value="LTP" vertex="1">
          <mxGeometry height="59" width="60" x="418" y="61" as="geometry" />
        </mxCell>
        <mxCell id="iMmVTYed4h1aN_pzg3ix-4" parent="1" style="text;html=1;whiteSpace=wrap;strokeColor=none;fillColor=none;align=center;verticalAlign=middle;rounded=0;fontStyle=1;fontSize=48;fontColor=light-dark(#7a7978, #ededed);" value="PnL" vertex="1">
          <mxGeometry height="59" width="60" x="687" y="61" as="geometry" />
        </mxCell>
        <mxCell id="iMmVTYed4h1aN_pzg3ix-5" parent="1" style="text;html=1;whiteSpace=wrap;strokeColor=none;fillColor=none;align=center;verticalAlign=middle;rounded=0;fontSize=36;fontStyle=1" value="100" vertex="1">
          <mxGeometry height="30" width="60" x="-120" y="211" as="geometry" />
        </mxCell>
        <mxCell id="iMmVTYed4h1aN_pzg3ix-6" parent="1" style="text;html=1;whiteSpace=wrap;strokeColor=none;fillColor=none;align=center;verticalAlign=middle;rounded=0;fontSize=36;fontStyle=1" value="36.40" vertex="1">
          <mxGeometry height="30" width="60" x="149" y="211" as="geometry" />
        </mxCell>
        <mxCell id="iMmVTYed4h1aN_pzg3ix-7" parent="1" style="text;html=1;whiteSpace=wrap;strokeColor=none;fillColor=none;align=center;verticalAlign=middle;rounded=0;fontSize=36;fontStyle=1" value="37.45" vertex="1">
          <mxGeometry height="30" width="60" x="418" y="211" as="geometry" />
        </mxCell>
        <mxCell id="iMmVTYed4h1aN_pzg3ix-8" parent="1" style="text;html=1;whiteSpace=wrap;strokeColor=none;fillColor=none;align=center;verticalAlign=middle;rounded=0;fontSize=36;fontStyle=1" value="100" vertex="1">
          <mxGeometry height="30" width="60" x="687" y="211" as="geometry" />
        </mxCell>
        <mxCell id="7si3vGMUa6yKKs87A3T9-2" edge="1" parent="1" source="7si3vGMUa6yKKs87A3T9-1" style="edgeStyle=orthogonalEdgeStyle;rounded=0;orthogonalLoop=1;jettySize=auto;html=1;exitX=0.5;exitY=0;exitDx=0;exitDy=0;entryX=0;entryY=0.5;entryDx=0;entryDy=0;" target="iMmVTYed4h1aN_pzg3ix-5">
          <mxGeometry relative="1" as="geometry">
            <Array as="points">
              <mxPoint x="-283" y="227" />
              <mxPoint x="-139" y="227" />
            </Array>
            <mxPoint x="-139.09090909090924" y="259.27272727272725" as="targetPoint" />
          </mxGeometry>
        </mxCell>
        <mxCell id="7si3vGMUa6yKKs87A3T9-1" parent="1" style="text;html=1;whiteSpace=wrap;strokeColor=none;fillColor=none;align=center;verticalAlign=middle;rounded=0;fontStyle=1" value="Red color if negative, blue color if positive" vertex="1">
          <mxGeometry height="70" width="129" x="-347" y="453" as="geometry" />
        </mxCell>
        <mxCell id="7si3vGMUa6yKKs87A3T9-4" edge="1" parent="1" source="7si3vGMUa6yKKs87A3T9-3" style="edgeStyle=orthogonalEdgeStyle;rounded=0;orthogonalLoop=1;jettySize=auto;html=1;entryX=0.5;entryY=1;entryDx=0;entryDy=0;" target="iMmVTYed4h1aN_pzg3ix-8">
          <mxGeometry relative="1" as="geometry" />
        </mxCell>
        <mxCell id="7si3vGMUa6yKKs87A3T9-3" parent="1" style="text;html=1;whiteSpace=wrap;strokeColor=none;fillColor=none;align=center;verticalAlign=middle;rounded=0;fontStyle=1" value="Red color if negative, blue color if positive" vertex="1">
          <mxGeometry height="70" width="129" x="681" y="398" as="geometry" />
        </mxCell>
        <mxCell id="7si3vGMUa6yKKs87A3T9-5" parent="1" style="text;html=1;whiteSpace=wrap;strokeColor=none;fillColor=none;align=center;verticalAlign=middle;rounded=0;" value="Will receive the following props:&lt;br&gt;netQuantity: number;&lt;br&gt;&lt;div&gt;averagePrice: number&lt;/div&gt;&lt;div&gt;ltp: number;&lt;/div&gt;" vertex="1">
          <mxGeometry height="101" width="203" x="-25" y="355" as="geometry" />
        </mxCell>
        <mxCell id="7si3vGMUa6yKKs87A3T9-6" parent="1" style="text;html=1;whiteSpace=wrap;strokeColor=none;fillColor=none;align=center;verticalAlign=middle;rounded=0;" value="PnL needs to be calculated by the component" vertex="1">
          <mxGeometry height="101" width="203" x="-21" y="482" as="geometry" />
        </mxCell>
        <mxCell id="7si3vGMUa6yKKs87A3T9-7" parent="1" style="text;html=1;whiteSpace=wrap;strokeColor=none;fillColor=none;align=center;verticalAlign=middle;rounded=0;fontStyle=1;fontSize=48;fontColor=light-dark(#7a7978, #ededed);" value="Net Qty." vertex="1">
          <mxGeometry height="59" width="60" x="-186" y="816" as="geometry" />
        </mxCell>
        <mxCell id="7si3vGMUa6yKKs87A3T9-8" parent="1" style="text;html=1;whiteSpace=wrap;strokeColor=none;fillColor=none;align=center;verticalAlign=middle;rounded=0;fontStyle=1;fontSize=48;fontColor=light-dark(#7a7978, #ededed);" value="AVG. PRICE" vertex="1">
          <mxGeometry height="59" width="60" x="83" y="805" as="geometry" />
        </mxCell>
        <mxCell id="7si3vGMUa6yKKs87A3T9-9" parent="1" style="text;html=1;whiteSpace=wrap;strokeColor=none;fillColor=none;align=center;verticalAlign=middle;rounded=0;fontStyle=1;fontSize=48;fontColor=light-dark(#7a7978, #ededed);" value="LTP" vertex="1">
          <mxGeometry height="59" width="60" x="352" y="805" as="geometry" />
        </mxCell>
        <mxCell id="7si3vGMUa6yKKs87A3T9-10" parent="1" style="text;html=1;whiteSpace=wrap;strokeColor=none;fillColor=none;align=center;verticalAlign=middle;rounded=0;fontStyle=1;fontSize=48;fontColor=light-dark(#7a7978, #ededed);" value="PnL" vertex="1">
          <mxGeometry height="59" width="60" x="621" y="805" as="geometry" />
        </mxCell>
        <mxCell id="7si3vGMUa6yKKs87A3T9-11" parent="1" style="text;html=1;whiteSpace=wrap;strokeColor=none;fillColor=none;align=center;verticalAlign=middle;rounded=0;fontSize=18;fontStyle=1" value="{props.netQuantity}" vertex="1">
          <mxGeometry height="30" width="60" x="-186" y="955" as="geometry" />
        </mxCell>
        <mxCell id="7si3vGMUa6yKKs87A3T9-12" parent="1" style="text;html=1;whiteSpace=wrap;strokeColor=none;fillColor=none;align=center;verticalAlign=middle;rounded=0;fontSize=18;fontStyle=1" value="&lt;div&gt;{props.averagePrice}&lt;/div&gt;" vertex="1">
          <mxGeometry height="30" width="60" x="83" y="955" as="geometry" />
        </mxCell>
        <mxCell id="7si3vGMUa6yKKs87A3T9-13" parent="1" style="text;html=1;whiteSpace=wrap;strokeColor=none;fillColor=none;align=center;verticalAlign=middle;rounded=0;fontSize=18;fontStyle=1" value="{props.ltp}" vertex="1">
          <mxGeometry height="30" width="60" x="352" y="955" as="geometry" />
        </mxCell>
        <mxCell id="7si3vGMUa6yKKs87A3T9-14" parent="1" style="text;html=1;whiteSpace=wrap;strokeColor=none;fillColor=none;align=center;verticalAlign=middle;rounded=0;fontSize=18;fontStyle=1" value="{pnl}" vertex="1">
          <mxGeometry height="30" width="60" x="621" y="955" as="geometry" />
        </mxCell>
        <mxCell id="ExlUUjPYo0Ii6ma58Pc_-1" parent="1" style="rounded=1;whiteSpace=wrap;html=1;" value="" vertex="1">
          <mxGeometry height="321" width="1253" x="-202" y="1234" as="geometry" />
        </mxCell>
        <mxCell id="ExlUUjPYo0Ii6ma58Pc_-2" parent="1" style="text;html=1;whiteSpace=wrap;strokeColor=none;fillColor=none;align=center;verticalAlign=middle;rounded=0;fontStyle=1;fontSize=48;fontColor=light-dark(#7a7978, #ededed);" value="Total Margin" vertex="1">
          <mxGeometry height="59" width="168" x="-154" y="1292" as="geometry" />
        </mxCell>
        <mxCell id="ExlUUjPYo0Ii6ma58Pc_-3" parent="1" style="text;html=1;whiteSpace=wrap;strokeColor=none;fillColor=none;align=center;verticalAlign=middle;rounded=0;fontStyle=1;fontSize=48;fontColor=light-dark(#7a7978, #ededed);" value="Utilized Margin" vertex="1">
          <mxGeometry height="59" width="168" x="330" y="1295" as="geometry" />
        </mxCell>
        <mxCell id="ExlUUjPYo0Ii6ma58Pc_-4" parent="1" style="text;html=1;whiteSpace=wrap;strokeColor=none;fillColor=none;align=center;verticalAlign=middle;rounded=0;fontStyle=1;fontSize=48;fontColor=light-dark(#7a7978, #ededed);" value="Net Margin" vertex="1">
          <mxGeometry height="59" width="168" x="813" y="1289" as="geometry" />
        </mxCell>
        <mxCell id="ExlUUjPYo0Ii6ma58Pc_-5" parent="1" style="text;html=1;whiteSpace=wrap;strokeColor=none;fillColor=none;align=center;verticalAlign=middle;rounded=0;fontSize=42;" value="₹2000" vertex="1">
          <mxGeometry height="30" width="60" x="-100" y="1412" as="geometry" />
        </mxCell>
        <mxCell id="ExlUUjPYo0Ii6ma58Pc_-7" parent="1" style="text;html=1;whiteSpace=wrap;strokeColor=none;fillColor=none;align=center;verticalAlign=middle;rounded=0;fontSize=42;" value="₹200" vertex="1">
          <mxGeometry height="30" width="60" x="384" y="1412" as="geometry" />
        </mxCell>
        <mxCell id="ExlUUjPYo0Ii6ma58Pc_-8" parent="1" style="text;html=1;whiteSpace=wrap;strokeColor=none;fillColor=none;align=center;verticalAlign=middle;rounded=0;fontSize=42;" value="₹1800" vertex="1">
          <mxGeometry height="30" width="60" x="867" y="1412" as="geometry" />
        </mxCell>
        <mxCell id="ExlUUjPYo0Ii6ma58Pc_-9" parent="1" style="html=1;shadow=0;dashed=0;shape=mxgraph.bootstrap.rrect;rSize=5;fillColor=#E9ECEF;strokeColor=none;" value="" vertex="1">
          <mxGeometry height="20" width="800" x="24.5" y="1507" as="geometry" />
        </mxCell>
        <mxCell id="ExlUUjPYo0Ii6ma58Pc_-10" parent="ExlUUjPYo0Ii6ma58Pc_-9" style="html=1;shadow=0;dashed=0;shape=mxgraph.bootstrap.leftButton;rSize=5;fillColor=#1CA5B8;strokeColor=none;resizeHeight=1;" value="" vertex="1">
          <mxGeometry height="20" relative="1" width="250" as="geometry" />
        </mxCell>
        <mxCell id="ExlUUjPYo0Ii6ma58Pc_-11" parent="1" style="text;html=1;whiteSpace=wrap;strokeColor=none;fillColor=none;align=center;verticalAlign=middle;rounded=0;fontSize=24;" value="The max value on the progress bar is the total margin and the filled in part is the utilized margin" vertex="1">
          <mxGeometry height="92" width="269" x="175" y="1620" as="geometry" />
        </mxCell>
        <mxCell id="ExlUUjPYo0Ii6ma58Pc_-12" edge="1" parent="1" source="ExlUUjPYo0Ii6ma58Pc_-11" style="edgeStyle=orthogonalEdgeStyle;rounded=0;orthogonalLoop=1;jettySize=auto;html=1;exitX=0.5;exitY=0;exitDx=0;exitDy=0;entryX=0.412;entryY=0.999;entryDx=0;entryDy=0;entryPerimeter=0;" target="ExlUUjPYo0Ii6ma58Pc_-1">
          <mxGeometry relative="1" as="geometry" />
        </mxCell>
      </root>
    </mxGraphModel>
  </diagram>
  <diagram id="dmkDPsUycKQvBsQ4H3Di" name="Kite-Fly-Ticker-Architecture">
    <mxGraphModel dx="1357" dy="626" grid="0" gridSize="10" guides="1" tooltips="1" connect="1" arrows="1" fold="1" page="0" pageScale="1" pageWidth="402" pageHeight="874" math="0" shadow="0">
      <root>
        <mxCell id="0" />
        <mxCell id="1" parent="0" />
        <mxCell id="FDZGNOtkY16CQce4NqAR-3" edge="1" parent="1" source="FDZGNOtkY16CQce4NqAR-1" style="edgeStyle=orthogonalEdgeStyle;rounded=0;orthogonalLoop=1;jettySize=auto;html=1;" target="FDZGNOtkY16CQce4NqAR-2" value="">
          <mxGeometry relative="1" as="geometry" />
        </mxCell>
        <mxCell id="FDZGNOtkY16CQce4NqAR-1" parent="1" style="rounded=1;whiteSpace=wrap;html=1;" value="Client posts a request - for example:&lt;br&gt;&lt;div&gt;&lt;br&gt;&lt;/div&gt;&lt;br&gt;&lt;div&gt;fetch(&quot;http://localhost:3000/api/ltp&quot;, () =&amp;gt; {&lt;/div&gt;&lt;div&gt;method: &quot;POST&quot;,&lt;/div&gt;&lt;div&gt;body: JSON.stringify({&lt;/div&gt;&lt;div&gt;instrument: &quot;WIPRO&quot;,&lt;br&gt;ltp: 128.10&lt;/div&gt;&lt;div&gt;})&lt;/div&gt;&lt;div&gt;})&lt;br&gt;&lt;br&gt;The call is made from another site - for ex. https://kite.zerodha.com&lt;/div&gt;" vertex="1">
          <mxGeometry height="236" width="345" x="-33" y="45" as="geometry" />
        </mxCell>
        <mxCell id="FDZGNOtkY16CQce4NqAR-5" edge="1" parent="1" source="FDZGNOtkY16CQce4NqAR-2" style="edgeStyle=orthogonalEdgeStyle;rounded=0;orthogonalLoop=1;jettySize=auto;html=1;" target="FDZGNOtkY16CQce4NqAR-4" value="">
          <mxGeometry relative="1" as="geometry" />
        </mxCell>
        <mxCell id="FDZGNOtkY16CQce4NqAR-2" parent="1" style="whiteSpace=wrap;html=1;rounded=1;" value="SERVER" vertex="1">
          <mxGeometry height="60" width="120" x="504.5" y="98.5" as="geometry" />
        </mxCell>
        <mxCell id="FDZGNOtkY16CQce4NqAR-8" edge="1" parent="1" source="FDZGNOtkY16CQce4NqAR-4" style="edgeStyle=orthogonalEdgeStyle;rounded=0;orthogonalLoop=1;jettySize=auto;html=1;exitX=0.75;exitY=1;exitDx=0;exitDy=0;entryX=1;entryY=0.75;entryDx=0;entryDy=0;" target="FDZGNOtkY16CQce4NqAR-6">
          <mxGeometry relative="1" as="geometry" />
        </mxCell>
        <mxCell id="FDZGNOtkY16CQce4NqAR-4" parent="1" style="whiteSpace=wrap;html=1;rounded=1;" value="Websocket" vertex="1">
          <mxGeometry height="60" width="120" x="504.5" y="265" as="geometry" />
        </mxCell>
        <mxCell id="FDZGNOtkY16CQce4NqAR-7" edge="1" parent="1" source="FDZGNOtkY16CQce4NqAR-6" style="edgeStyle=orthogonalEdgeStyle;rounded=0;orthogonalLoop=1;jettySize=auto;html=1;entryX=0.5;entryY=1;entryDx=0;entryDy=0;" target="FDZGNOtkY16CQce4NqAR-4">
          <mxGeometry relative="1" as="geometry" />
        </mxCell>
        <mxCell id="FDZGNOtkY16CQce4NqAR-6" parent="1" style="rounded=1;whiteSpace=wrap;html=1;" value="On another client,&lt;div&gt;new Websocket()&lt;/div&gt;// receive the data which is sent from /api/ltp" vertex="1">
          <mxGeometry height="167" width="345" x="1" y="392" as="geometry" />
        </mxCell>
      </root>
    </mxGraphModel>
  </diagram>
</mxfile>
